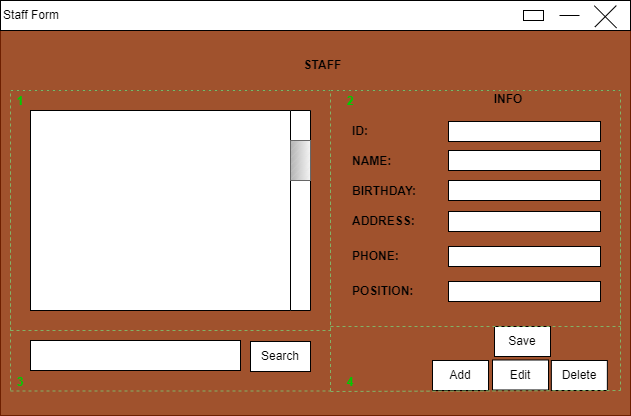
hungtadasuke/CoffeShop_SoftwareTechnology keeps this draw.io diagram as BRD_PRD/PRD/PNG/formNV.drawio.png. Above is the earlier version. Source tidied: cells renumbered, new cells last; positions are measured from the earlier drawing's top-left corner, leaving out a move shared by most shapes. Source of this version:
```xml
<mxGraphModel>
  <root>
    <mxCell id="0" />
    <mxCell id="1" parent="0" />
    <mxCell id="2" style="rounded=0;whiteSpace=wrap;html=1;fillColor=#a0522d;fontColor=#ffffff;strokeColor=#6D1F00;" parent="1" vertex="1">
      <mxGeometry y="5" width="630" height="410" as="geometry" />
    </mxCell>
    <mxCell id="3" style="rounded=0;whiteSpace=wrap;html=1;" parent="1" vertex="1">
      <mxGeometry width="630" height="30" as="geometry" />
    </mxCell>
    <mxCell id="4" value="Staff Form" style="text;html=1;strokeColor=none;fillColor=none;align=center;verticalAlign=middle;whiteSpace=wrap;rounded=0;" parent="1" vertex="1">
      <mxGeometry x="1" width="60" height="30" as="geometry" />
    </mxCell>
    <mxCell id="5" style="line;strokeWidth=1;html=1;" parent="1" vertex="1">
      <mxGeometry x="559" y="10" width="20" height="10" as="geometry" />
    </mxCell>
    <mxCell id="6" style="line;strokeWidth=1;html=1;rotation=-45;" parent="1" vertex="1">
      <mxGeometry x="589.9" y="10.8" width="30.4" height="10" as="geometry" />
    </mxCell>
    <mxCell id="7" style="line;strokeWidth=1;html=1;rotation=45;" parent="1" vertex="1">
      <mxGeometry x="589.2" y="11.4" width="31.5" height="10" as="geometry" />
    </mxCell>
    <mxCell id="8" style="rounded=0;whiteSpace=wrap;html=1;strokeWidth=1;" parent="1" vertex="1">
      <mxGeometry x="523" y="10" width="20" height="10" as="geometry" />
    </mxCell>
    <mxCell id="9" value="STAFF" style="text;html=1;strokeColor=none;fillColor=none;align=center;verticalAlign=middle;whiteSpace=wrap;rounded=0;fontStyle=1;" parent="1" vertex="1">
      <mxGeometry x="285" y="50" width="75" height="30" as="geometry" />
    </mxCell>
    <mxCell id="10" style="rounded=0;whiteSpace=wrap;html=1;strokeWidth=1;" parent="1" vertex="1">
      <mxGeometry x="30" y="110" width="280" height="200" as="geometry" />
    </mxCell>
    <mxCell id="11" style="rounded=0;whiteSpace=wrap;html=1;strokeWidth=1;" parent="1" vertex="1">
      <mxGeometry x="30" y="340" width="210" height="30" as="geometry" />
    </mxCell>
    <mxCell id="12" value="Search" style="rounded=0;whiteSpace=wrap;html=1;strokeWidth=1;" parent="1" vertex="1">
      <mxGeometry x="250" y="341" width="60" height="30" as="geometry" />
    </mxCell>
    <mxCell id="13" style="rounded=0;whiteSpace=wrap;html=1;strokeWidth=1;rotation=90;" parent="1" vertex="1">
      <mxGeometry x="200" y="200" width="200" height="20" as="geometry" />
    </mxCell>
    <mxCell id="14" style="verticalLabelPosition=bottom;verticalAlign=top;html=1;shape=mxgraph.basic.patternFillRect;fillStyle=diagRev;step=5;fillStrokeWidth=0.2;fillStrokeColor=#dddddd;strokeWidth=1;rotation=90;fillColor=#f5f5f5;strokeColor=#666666;gradientColor=#b3b3b3;" parent="1" vertex="1">
      <mxGeometry x="280" y="150" width="40" height="20" as="geometry" />
    </mxCell>
    <mxCell id="15" value="INFO" style="text;html=1;strokeColor=none;fillColor=none;align=center;verticalAlign=middle;whiteSpace=wrap;rounded=1;fontStyle=1;" parent="1" vertex="1">
      <mxGeometry x="478" y="84" width="60" height="30" as="geometry" />
    </mxCell>
    <mxCell id="16" style="rounded=0;whiteSpace=wrap;html=1;strokeWidth=1;" parent="1" vertex="1">
      <mxGeometry x="448" y="121" width="152" height="20" as="geometry" />
    </mxCell>
    <mxCell id="17" value="ID:" style="text;html=1;strokeColor=none;fillColor=none;align=left;verticalAlign=middle;whiteSpace=wrap;rounded=0;fontStyle=1;" parent="1" vertex="1">
      <mxGeometry x="350" y="116" width="60" height="30" as="geometry" />
    </mxCell>
    <mxCell id="18" value="NAME:" style="text;html=1;strokeColor=none;fillColor=none;align=left;verticalAlign=middle;whiteSpace=wrap;rounded=0;fontStyle=1;" parent="1" vertex="1">
      <mxGeometry x="350" y="146" width="60" height="30" as="geometry" />
    </mxCell>
    <mxCell id="19" value="BIRTHDAY:" style="text;html=1;strokeColor=none;fillColor=none;align=left;verticalAlign=middle;whiteSpace=wrap;rounded=0;fontStyle=1;" parent="1" vertex="1">
      <mxGeometry x="350" y="176" width="60" height="30" as="geometry" />
    </mxCell>
    <mxCell id="20" value="ADDRESS:" style="text;html=1;strokeColor=none;fillColor=none;align=left;verticalAlign=middle;whiteSpace=wrap;rounded=0;fontStyle=1;" parent="1" vertex="1">
      <mxGeometry x="350" y="206" width="60" height="30" as="geometry" />
    </mxCell>
    <mxCell id="21" value="PHONE:" style="text;html=1;strokeColor=none;fillColor=none;align=left;verticalAlign=middle;whiteSpace=wrap;rounded=0;fontStyle=1;" parent="1" vertex="1">
      <mxGeometry x="350" y="241" width="60" height="30" as="geometry" />
    </mxCell>
    <mxCell id="22" value="POSITION:" style="text;html=1;strokeColor=none;fillColor=none;align=left;verticalAlign=middle;whiteSpace=wrap;rounded=0;fontStyle=1;" parent="1" vertex="1">
      <mxGeometry x="350" y="276" width="60" height="30" as="geometry" />
    </mxCell>
    <mxCell id="23" style="rounded=0;whiteSpace=wrap;html=1;strokeWidth=1;" parent="1" vertex="1">
      <mxGeometry x="448" y="150" width="152" height="20" as="geometry" />
    </mxCell>
    <mxCell id="24" style="rounded=0;whiteSpace=wrap;html=1;strokeWidth=1;" parent="1" vertex="1">
      <mxGeometry x="448" y="180" width="152" height="20" as="geometry" />
    </mxCell>
    <mxCell id="25" style="rounded=0;whiteSpace=wrap;html=1;strokeWidth=1;" parent="1" vertex="1">
      <mxGeometry x="448" y="211" width="152" height="20" as="geometry" />
    </mxCell>
    <mxCell id="26" style="rounded=0;whiteSpace=wrap;html=1;strokeWidth=1;" parent="1" vertex="1">
      <mxGeometry x="448" y="246" width="152" height="20" as="geometry" />
    </mxCell>
    <mxCell id="27" style="rounded=0;whiteSpace=wrap;html=1;strokeWidth=1;" parent="1" vertex="1">
      <mxGeometry x="448" y="281" width="152" height="20" as="geometry" />
    </mxCell>
    <mxCell id="28" value="Save" style="rounded=0;whiteSpace=wrap;html=1;strokeWidth=1;" parent="1" vertex="1">
      <mxGeometry x="494" y="326" width="56" height="30" as="geometry" />
    </mxCell>
    <mxCell id="29" value="Add" style="rounded=0;whiteSpace=wrap;html=1;strokeWidth=1;" parent="1" vertex="1">
      <mxGeometry x="432" y="360" width="56" height="30" as="geometry" />
    </mxCell>
    <mxCell id="30" value="Delete" style="rounded=0;whiteSpace=wrap;html=1;strokeWidth=1;" parent="1" vertex="1">
      <mxGeometry x="550.9" y="360" width="56" height="30" as="geometry" />
    </mxCell>
    <mxCell id="31" value="Edit" style="rounded=0;whiteSpace=wrap;html=1;strokeWidth=1;" parent="1" vertex="1">
      <mxGeometry x="492" y="359.5" width="56" height="30" as="geometry" />
    </mxCell>
    <mxCell id="32" style="endArrow=none;dashed=1;html=1;rounded=0;fillColor=#d5e8d4;gradientColor=#97d077;strokeColor=#82b366;" parent="1" edge="1">
      <mxGeometry relative="1" as="geometry">
        <mxPoint x="10" y="330" as="sourcePoint" />
        <mxPoint x="10" y="90" as="targetPoint" />
      </mxGeometry>
    </mxCell>
    <mxCell id="33" style="endArrow=none;dashed=1;html=1;rounded=0;fillColor=#d5e8d4;gradientColor=#97d077;strokeColor=#82b366;" parent="1" edge="1">
      <mxGeometry relative="1" as="geometry">
        <mxPoint x="10" y="330" as="sourcePoint" />
        <mxPoint x="330" y="330" as="targetPoint" />
      </mxGeometry>
    </mxCell>
    <mxCell id="34" style="endArrow=none;dashed=1;html=1;rounded=0;fillColor=#d5e8d4;gradientColor=#97d077;strokeColor=#82b366;" parent="1" edge="1">
      <mxGeometry relative="1" as="geometry">
        <mxPoint x="330" y="330" as="sourcePoint" />
        <mxPoint x="330" y="90" as="targetPoint" />
      </mxGeometry>
    </mxCell>
    <mxCell id="35" style="endArrow=none;dashed=1;html=1;rounded=0;" parent="1" edge="1">
      <mxGeometry relative="1" as="geometry">
        <mxPoint x="10" y="90" as="sourcePoint" />
        <mxPoint x="330" y="90" as="targetPoint" />
      </mxGeometry>
    </mxCell>
    <mxCell id="36" style="endArrow=none;dashed=1;html=1;rounded=0;fillColor=#d5e8d4;gradientColor=#97d077;strokeColor=#82b366;" parent="1" edge="1">
      <mxGeometry relative="1" as="geometry">
        <mxPoint x="10" y="390.5" as="sourcePoint" />
        <mxPoint x="330" y="390.5" as="targetPoint" />
      </mxGeometry>
    </mxCell>
    <mxCell id="37" style="endArrow=none;dashed=1;html=1;rounded=0;fillColor=#d5e8d4;gradientColor=#97d077;strokeColor=#82b366;" parent="1" edge="1">
      <mxGeometry relative="1" as="geometry">
        <mxPoint x="330" y="390.5" as="sourcePoint" />
        <mxPoint x="330" y="150.5" as="targetPoint" />
      </mxGeometry>
    </mxCell>
    <mxCell id="38" style="endArrow=none;dashed=1;html=1;rounded=0;fillColor=#d5e8d4;gradientColor=#97d077;strokeColor=#82b366;" parent="1" edge="1">
      <mxGeometry relative="1" as="geometry">
        <mxPoint x="10" y="390" as="sourcePoint" />
        <mxPoint x="10" y="150" as="targetPoint" />
      </mxGeometry>
    </mxCell>
    <mxCell id="39" style="endArrow=none;dashed=1;html=1;rounded=0;fillColor=#d5e8d4;gradientColor=#97d077;strokeColor=#82b366;" parent="1" edge="1">
      <mxGeometry relative="1" as="geometry">
        <mxPoint x="330" y="326" as="sourcePoint" />
        <mxPoint x="620" y="326" as="targetPoint" />
      </mxGeometry>
    </mxCell>
    <mxCell id="40" style="endArrow=none;dashed=1;html=1;rounded=0;fillColor=#d5e8d4;gradientColor=#97d077;strokeColor=#82b366;" parent="1" edge="1">
      <mxGeometry relative="1" as="geometry">
        <mxPoint x="330" y="391" as="sourcePoint" />
        <mxPoint x="620" y="390" as="targetPoint" />
      </mxGeometry>
    </mxCell>
    <mxCell id="41" style="endArrow=none;dashed=1;html=1;rounded=0;fillColor=#d5e8d4;gradientColor=#97d077;strokeColor=#82b366;" parent="1" edge="1">
      <mxGeometry relative="1" as="geometry">
        <mxPoint x="620" y="390" as="sourcePoint" />
        <mxPoint x="620" y="150" as="targetPoint" />
      </mxGeometry>
    </mxCell>
    <mxCell id="42" style="endArrow=none;dashed=1;html=1;rounded=0;fillColor=#d5e8d4;gradientColor=#97d077;strokeColor=#82b366;" parent="1" edge="1">
      <mxGeometry relative="1" as="geometry">
        <mxPoint x="620" y="330" as="sourcePoint" />
        <mxPoint x="620" y="90" as="targetPoint" />
      </mxGeometry>
    </mxCell>
    <mxCell id="43" style="endArrow=none;dashed=1;html=1;rounded=0;" parent="1" edge="1">
      <mxGeometry relative="1" as="geometry">
        <mxPoint x="330" y="90" as="sourcePoint" />
        <mxPoint x="620" y="90" as="targetPoint" />
      </mxGeometry>
    </mxCell>
    <mxCell id="44" style="endArrow=none;dashed=1;html=1;rounded=0;fillColor=#d5e8d4;gradientColor=#97d077;strokeColor=#82b366;" parent="1" edge="1">
      <mxGeometry relative="1" as="geometry">
        <mxPoint x="10" y="90" as="sourcePoint" />
        <mxPoint x="330" y="90" as="targetPoint" />
      </mxGeometry>
    </mxCell>
    <mxCell id="45" style="endArrow=none;dashed=1;html=1;rounded=0;fillColor=#d5e8d4;gradientColor=#97d077;strokeColor=#82b366;" parent="1" edge="1">
      <mxGeometry relative="1" as="geometry">
        <mxPoint x="330" y="90" as="sourcePoint" />
        <mxPoint x="620" y="90" as="targetPoint" />
      </mxGeometry>
    </mxCell>
    <mxCell id="46" value="1" style="text;html=1;align=center;verticalAlign=middle;whiteSpace=wrap;rounded=0;shadow=0;glass=0;dashed=1;sketch=0;opacity=70;fontColor=#00CC00;fontStyle=1;" parent="1" vertex="1">
      <mxGeometry y="86" width="40" height="30" as="geometry" />
    </mxCell>
    <mxCell id="47" value="2" style="text;html=1;align=center;verticalAlign=middle;whiteSpace=wrap;rounded=0;shadow=0;glass=0;dashed=1;sketch=0;opacity=70;fontColor=#00CC00;fontStyle=1;" parent="1" vertex="1">
      <mxGeometry x="320" y="86" width="60" height="30" as="geometry" />
    </mxCell>
    <mxCell id="48" value="3" style="text;html=1;align=center;verticalAlign=middle;whiteSpace=wrap;rounded=0;shadow=0;glass=0;dashed=1;sketch=0;opacity=70;fontColor=#00CC00;fontStyle=1;" parent="1" vertex="1">
      <mxGeometry y="367" width="40" height="30" as="geometry" />
    </mxCell>
    <mxCell id="49" value="4" style="text;html=1;align=center;verticalAlign=middle;whiteSpace=wrap;rounded=0;shadow=0;glass=0;dashed=1;sketch=0;opacity=70;fontColor=#00CC00;fontStyle=1;" parent="1" vertex="1">
      <mxGeometry x="320" y="367" width="60" height="30" as="geometry" />
    </mxCell>
  </root>
</mxGraphModel>
```
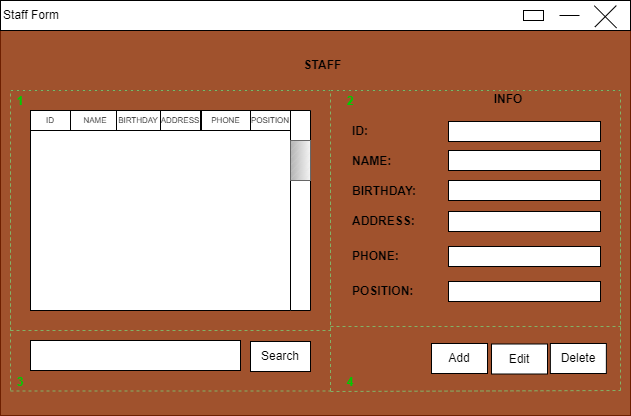
After the change.

Diff of the diagram source:
```diff
@@ -80,17 +80,14 @@
     <mxCell id="27" style="rounded=0;whiteSpace=wrap;html=1;strokeWidth=1;" parent="1" vertex="1">
       <mxGeometry x="448" y="281" width="152" height="20" as="geometry" />
     </mxCell>
-    <mxCell id="28" value="Save" style="rounded=0;whiteSpace=wrap;html=1;strokeWidth=1;" parent="1" vertex="1">
-      <mxGeometry x="494" y="326" width="56" height="30" as="geometry" />
-    </mxCell>
     <mxCell id="29" value="Add" style="rounded=0;whiteSpace=wrap;html=1;strokeWidth=1;" parent="1" vertex="1">
-      <mxGeometry x="432" y="360" width="56" height="30" as="geometry" />
+      <mxGeometry x="431" y="343" width="56" height="30" as="geometry" />
     </mxCell>
     <mxCell id="30" value="Delete" style="rounded=0;whiteSpace=wrap;html=1;strokeWidth=1;" parent="1" vertex="1">
-      <mxGeometry x="550.9" y="360" width="56" height="30" as="geometry" />
+      <mxGeometry x="549.9" y="343" width="56" height="30" as="geometry" />
     </mxCell>
     <mxCell id="31" value="Edit" style="rounded=0;whiteSpace=wrap;html=1;strokeWidth=1;" parent="1" vertex="1">
-      <mxGeometry x="492" y="359.5" width="56" height="30" as="geometry" />
+      <mxGeometry x="491" y="343.5" width="56" height="30" as="geometry" />
     </mxCell>
     <mxCell id="32" style="endArrow=none;dashed=1;html=1;rounded=0;fillColor=#d5e8d4;gradientColor=#97d077;strokeColor=#82b366;" parent="1" edge="1">
       <mxGeometry relative="1" as="geometry">
@@ -188,5 +185,23 @@
     <mxCell id="49" value="4" style="text;html=1;align=center;verticalAlign=middle;whiteSpace=wrap;rounded=0;shadow=0;glass=0;dashed=1;sketch=0;opacity=70;fontColor=#00CC00;fontStyle=1;" parent="1" vertex="1">
       <mxGeometry x="320" y="367" width="60" height="30" as="geometry" />
     </mxCell>
+    <mxCell id="50" value="ID" style="rounded=0;whiteSpace=wrap;html=1;align=center;fontSize=8;" parent="1" vertex="1">
+      <mxGeometry x="30" y="110" width="40" height="20" as="geometry" />
+    </mxCell>
+    <mxCell id="51" value="NAME" style="rounded=0;whiteSpace=wrap;html=1;fontSize=8;" parent="1" vertex="1">
+      <mxGeometry x="70" y="110" width="50" height="20" as="geometry" />
+    </mxCell>
+    <mxCell id="52" value="BIRTHDAY" style="rounded=0;whiteSpace=wrap;html=1;fontSize=8;" parent="1" vertex="1">
+      <mxGeometry x="116" y="110" width="44" height="20" as="geometry" />
+    </mxCell>
+    <mxCell id="53" value="ADDRESS" style="rounded=0;whiteSpace=wrap;html=1;fontSize=8;" parent="1" vertex="1">
+      <mxGeometry x="160" y="110" width="40" height="20" as="geometry" />
+    </mxCell>
+    <mxCell id="54" value="POSITION" style="rounded=0;whiteSpace=wrap;html=1;fontSize=8;" parent="1" vertex="1">
+      <mxGeometry x="250" y="110" width="40" height="20" as="geometry" />
+    </mxCell>
+    <mxCell id="55" value="PHONE" style="rounded=0;whiteSpace=wrap;html=1;fontSize=8;" parent="1" vertex="1">
+      <mxGeometry x="201" y="110" width="49" height="20" as="geometry" />
+    </mxCell>
   </root>
 </mxGraphModel>
```
